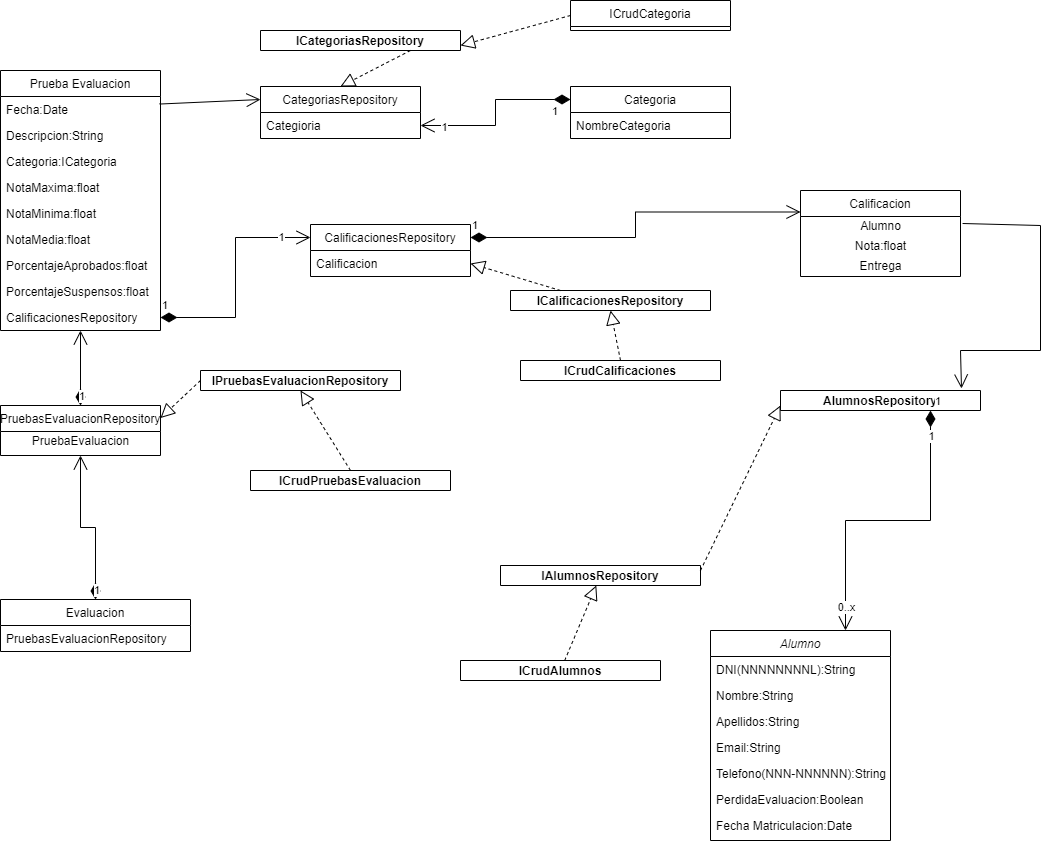
The draw.io diagram DiagramaClasesProyecto.png in Rochiio/ProyectoSistemaGestionCalificaciones, before a commit. Source tidied: cells renumbered, new cells last; positions are measured from the earlier drawing's top-left corner, leaving out a move shared by most shapes.
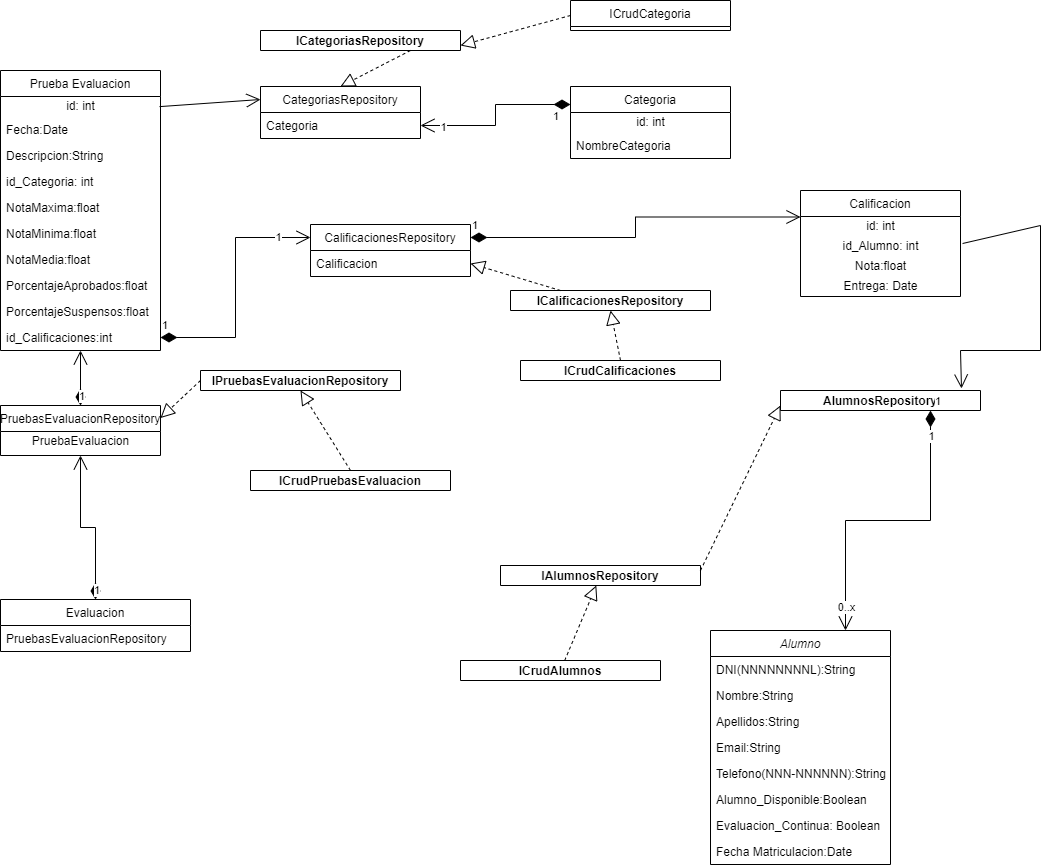
The same diagram one commit later.

Commit message:
diagrama de clases correcto, gitignore

Change to the diagram source:
```diff
@@ -3,7 +3,7 @@
     <mxCell id="0" />
     <mxCell id="1" parent="0" />
     <mxCell id="2" value="Alumno" style="swimlane;fontStyle=2;align=center;verticalAlign=top;horizontal=1;startSize=26;rounded=0;shadow=0;strokeWidth=1;" parent="1" vertex="1">
-      <mxGeometry x="710" y="630" width="180" height="210" as="geometry" />
+      <mxGeometry x="710" y="630" width="180" height="234" as="geometry" />
     </mxCell>
     <mxCell id="3" value="DNI(NNNNNNNNL):String" style="text;align=left;verticalAlign=top;spacingLeft=4;spacingRight=4;overflow=hidden;" parent="2" vertex="1">
       <mxGeometry y="26" width="180" height="26" as="geometry" />
@@ -20,11 +20,14 @@
     <mxCell id="7" value="Telefono(NNN-NNNNNN):String" style="text;align=left;verticalAlign=top;spacingLeft=4;spacingRight=4;overflow=hidden;rounded=0;shadow=0;html=0;" parent="2" vertex="1">
       <mxGeometry y="130" width="180" height="26" as="geometry" />
     </mxCell>
-    <mxCell id="8" value="PerdidaEvaluacion:Boolean" style="text;align=left;verticalAlign=top;spacingLeft=4;spacingRight=4;overflow=hidden;rounded=0;shadow=0;html=0;" parent="2" vertex="1">
+    <mxCell id="8" value="Alumno_Disponible:Boolean" style="text;align=left;verticalAlign=top;spacingLeft=4;spacingRight=4;overflow=hidden;rounded=0;shadow=0;html=0;" parent="2" vertex="1">
       <mxGeometry y="156" width="180" height="26" as="geometry" />
     </mxCell>
+    <mxCell id="63" value="Evaluacion_Continua: Boolean" style="text;align=left;verticalAlign=top;spacingLeft=4;spacingRight=4;overflow=hidden;rounded=0;shadow=0;html=0;" parent="2" vertex="1">
+      <mxGeometry y="182" width="180" height="26" as="geometry" />
+    </mxCell>
     <mxCell id="9" value="Fecha Matriculacion:Date" style="text;align=left;verticalAlign=top;spacingLeft=4;spacingRight=4;overflow=hidden;rounded=0;shadow=0;html=0;" parent="2" vertex="1">
-      <mxGeometry y="182" width="180" height="26" as="geometry" />
+      <mxGeometry y="208" width="180" height="26" as="geometry" />
     </mxCell>
     <mxCell id="10" value="Evaluacion" style="swimlane;fontStyle=0;align=center;verticalAlign=top;horizontal=1;startSize=26;rounded=0;shadow=0;strokeWidth=1;" parent="1" vertex="1">
       <mxGeometry y="599" width="190" height="52" as="geometry" />
@@ -39,49 +42,55 @@
       <mxGeometry y="26" width="160" height="26" as="geometry" />
     </mxCell>
     <mxCell id="14" value="Prueba Evaluacion" style="swimlane;fontStyle=0;align=center;verticalAlign=top;horizontal=1;startSize=26;rounded=0;shadow=0;strokeWidth=1;" parent="1" vertex="1">
-      <mxGeometry y="70" width="160" height="260" as="geometry" />
+      <mxGeometry y="70" width="160" height="280" as="geometry" />
     </mxCell>
+    <mxCell id="64" value="id: int" style="text;html=1;align=center;verticalAlign=middle;strokeColor=none;fillColor=none;" parent="14" vertex="1">
+      <mxGeometry y="26" width="160" height="20" as="geometry" />
+    </mxCell>
     <mxCell id="15" value="Fecha:Date" style="text;align=left;verticalAlign=top;spacingLeft=4;spacingRight=4;overflow=hidden;" parent="14" vertex="1">
-      <mxGeometry y="26" width="160" height="26" as="geometry" />
+      <mxGeometry y="46" width="160" height="26" as="geometry" />
     </mxCell>
     <mxCell id="16" value="Descripcion:String" style="text;align=left;verticalAlign=top;spacingLeft=4;spacingRight=4;overflow=hidden;rounded=0;shadow=0;html=0;" parent="14" vertex="1">
-      <mxGeometry y="52" width="160" height="26" as="geometry" />
+      <mxGeometry y="72" width="160" height="26" as="geometry" />
     </mxCell>
-    <mxCell id="17" value="Categoria:ICategoria" style="text;align=left;verticalAlign=top;spacingLeft=4;spacingRight=4;overflow=hidden;rounded=0;shadow=0;html=0;" parent="14" vertex="1">
-      <mxGeometry y="78" width="160" height="26" as="geometry" />
+    <mxCell id="17" value="id_Categoria: int" style="text;align=left;verticalAlign=top;spacingLeft=4;spacingRight=4;overflow=hidden;rounded=0;shadow=0;html=0;" parent="14" vertex="1">
+      <mxGeometry y="98" width="160" height="26" as="geometry" />
     </mxCell>
     <mxCell id="18" value="NotaMaxima:float" style="text;align=left;verticalAlign=top;spacingLeft=4;spacingRight=4;overflow=hidden;" parent="14" vertex="1">
-      <mxGeometry y="104" width="160" height="26" as="geometry" />
+      <mxGeometry y="124" width="160" height="26" as="geometry" />
     </mxCell>
     <mxCell id="19" value="NotaMinima:float" style="text;align=left;verticalAlign=top;spacingLeft=4;spacingRight=4;overflow=hidden;rounded=0;shadow=0;html=0;" parent="14" vertex="1">
-      <mxGeometry y="130" width="160" height="26" as="geometry" />
+      <mxGeometry y="150" width="160" height="26" as="geometry" />
     </mxCell>
     <mxCell id="20" value="NotaMedia:float" style="text;align=left;verticalAlign=top;spacingLeft=4;spacingRight=4;overflow=hidden;rounded=0;shadow=0;html=0;" parent="14" vertex="1">
-      <mxGeometry y="156" width="160" height="26" as="geometry" />
+      <mxGeometry y="176" width="160" height="26" as="geometry" />
     </mxCell>
     <mxCell id="21" value="PorcentajeAprobados:float" style="text;align=left;verticalAlign=top;spacingLeft=4;spacingRight=4;overflow=hidden;rounded=0;shadow=0;html=0;" parent="14" vertex="1">
-      <mxGeometry y="182" width="160" height="26" as="geometry" />
+      <mxGeometry y="202" width="160" height="26" as="geometry" />
     </mxCell>
     <mxCell id="22" value="PorcentajeSuspensos:float" style="text;align=left;verticalAlign=top;spacingLeft=4;spacingRight=4;overflow=hidden;rounded=0;shadow=0;html=0;" parent="14" vertex="1">
-      <mxGeometry y="208" width="160" height="26" as="geometry" />
+      <mxGeometry y="228" width="160" height="26" as="geometry" />
     </mxCell>
-    <mxCell id="23" value="CalificacionesRepository" style="text;align=left;verticalAlign=top;spacingLeft=4;spacingRight=4;overflow=hidden;points=[[0,0.5],[1,0.5]];portConstraint=eastwest;rounded=0;shadow=0;html=0;" parent="14" vertex="1">
-      <mxGeometry y="234" width="160" height="26" as="geometry" />
+    <mxCell id="23" value="id_Calificaciones:int" style="text;align=left;verticalAlign=top;spacingLeft=4;spacingRight=4;overflow=hidden;points=[[0,0.5],[1,0.5]];portConstraint=eastwest;rounded=0;shadow=0;html=0;" parent="14" vertex="1">
+      <mxGeometry y="254" width="160" height="26" as="geometry" />
     </mxCell>
     <mxCell id="24" value="ICrudCategoria" style="swimlane;fontStyle=0;align=center;verticalAlign=top;horizontal=1;startSize=26;rounded=0;shadow=0;strokeWidth=1;" parent="1" vertex="1">
       <mxGeometry x="570" width="160" height="30" as="geometry" />
     </mxCell>
     <mxCell id="25" value="Calificacion" style="swimlane;fontStyle=0;align=center;verticalAlign=top;horizontal=1;startSize=26;rounded=0;shadow=0;strokeWidth=1;" parent="1" vertex="1">
-      <mxGeometry x="800" y="190" width="160" height="86" as="geometry" />
+      <mxGeometry x="800" y="190" width="160" height="106" as="geometry" />
     </mxCell>
+    <mxCell id="65" value="id: int" style="text;html=1;align=center;verticalAlign=middle;strokeColor=none;fillColor=none;" parent="25" vertex="1">
+      <mxGeometry y="26" width="160" height="20" as="geometry" />
+    </mxCell>
-    <mxCell id="26" value="Alumno" style="text;html=1;align=center;verticalAlign=middle;points=[];strokeColor=none;fillColor=none;" parent="25" vertex="1">
-      <mxGeometry y="26" width="160" height="20" as="geometry" />
+    <mxCell id="26" value="id_Alumno: int" style="text;html=1;align=center;verticalAlign=middle;points=[];strokeColor=none;fillColor=none;" parent="25" vertex="1">
+      <mxGeometry y="46" width="160" height="20" as="geometry" />
     </mxCell>
     <mxCell id="27" value="Nota:float" style="text;html=1;align=center;verticalAlign=middle;strokeColor=none;fillColor=none;" parent="25" vertex="1">
-      <mxGeometry y="46" width="160" height="20" as="geometry" />
+      <mxGeometry y="66" width="160" height="20" as="geometry" />
     </mxCell>
-    <mxCell id="28" value="Entrega" style="text;html=1;align=center;verticalAlign=middle;strokeColor=none;fillColor=none;" parent="25" vertex="1">
-      <mxGeometry y="66" width="160" height="20" as="geometry" />
+    <mxCell id="28" value="Entrega: Date" style="text;html=1;align=center;verticalAlign=middle;strokeColor=none;fillColor=none;" parent="25" vertex="1">
+      <mxGeometry y="86" width="160" height="20" as="geometry" />
     </mxCell>
     <mxCell id="29" value="PruebasEvaluacionRepository" style="swimlane;fontStyle=0;align=center;verticalAlign=top;horizontal=1;startSize=26;rounded=0;shadow=0;strokeWidth=1;" parent="1" vertex="1">
       <mxGeometry y="405" width="160" height="50" as="geometry" />
@@ -90,10 +99,13 @@
       <mxGeometry y="26" width="160" height="20" as="geometry" />
     </mxCell>
     <mxCell id="31" value="Categoria" style="swimlane;fontStyle=0;align=center;verticalAlign=top;horizontal=1;startSize=26;rounded=0;shadow=0;strokeWidth=1;" parent="1" vertex="1">
-      <mxGeometry x="570" y="86" width="160" height="52" as="geometry" />
+      <mxGeometry x="570" y="86" width="160" height="72" as="geometry" />
     </mxCell>
+    <mxCell id="66" value="id: int" style="text;html=1;align=center;verticalAlign=middle;strokeColor=none;fillColor=none;" parent="31" vertex="1">
+      <mxGeometry y="26" width="160" height="20" as="geometry" />
+    </mxCell>
     <mxCell id="32" value="NombreCategoria" style="text;align=left;verticalAlign=top;spacingLeft=4;spacingRight=4;overflow=hidden;" parent="31" vertex="1">
-      <mxGeometry y="26" width="160" height="26" as="geometry" />
+      <mxGeometry y="46" width="160" height="26" as="geometry" />
     </mxCell>
     <mxCell id="33" style="endArrow=block;dashed=1;endFill=0;endSize=12;html=1;rounded=0;entryX=1;entryY=0.75;entryDx=0;entryDy=0;exitX=0;exitY=0.5;exitDx=0;exitDy=0;" parent="1" edge="1" source="24" target="56">
       <mxGeometry relative="1" as="geometry" />
@@ -143,7 +155,7 @@
     <mxCell id="48" value="CategoriasRepository" style="swimlane;fontStyle=0;align=center;verticalAlign=top;horizontal=1;startSize=26;rounded=0;shadow=0;strokeWidth=1;" parent="1" vertex="1">
       <mxGeometry x="260" y="86" width="160" height="52" as="geometry" />
     </mxCell>
-    <mxCell id="49" value="Categioria" style="text;align=left;verticalAlign=top;spacingLeft=4;spacingRight=4;overflow=hidden;" parent="48" vertex="1">
+    <mxCell id="49" value="Categoria" style="text;align=left;verticalAlign=top;spacingLeft=4;spacingRight=4;overflow=hidden;" parent="48" vertex="1">
       <mxGeometry y="26" width="160" height="26" as="geometry" />
     </mxCell>
     <mxCell id="50" value="ICrudCalificaciones" style="swimlane;" parent="1" vertex="1">
```
